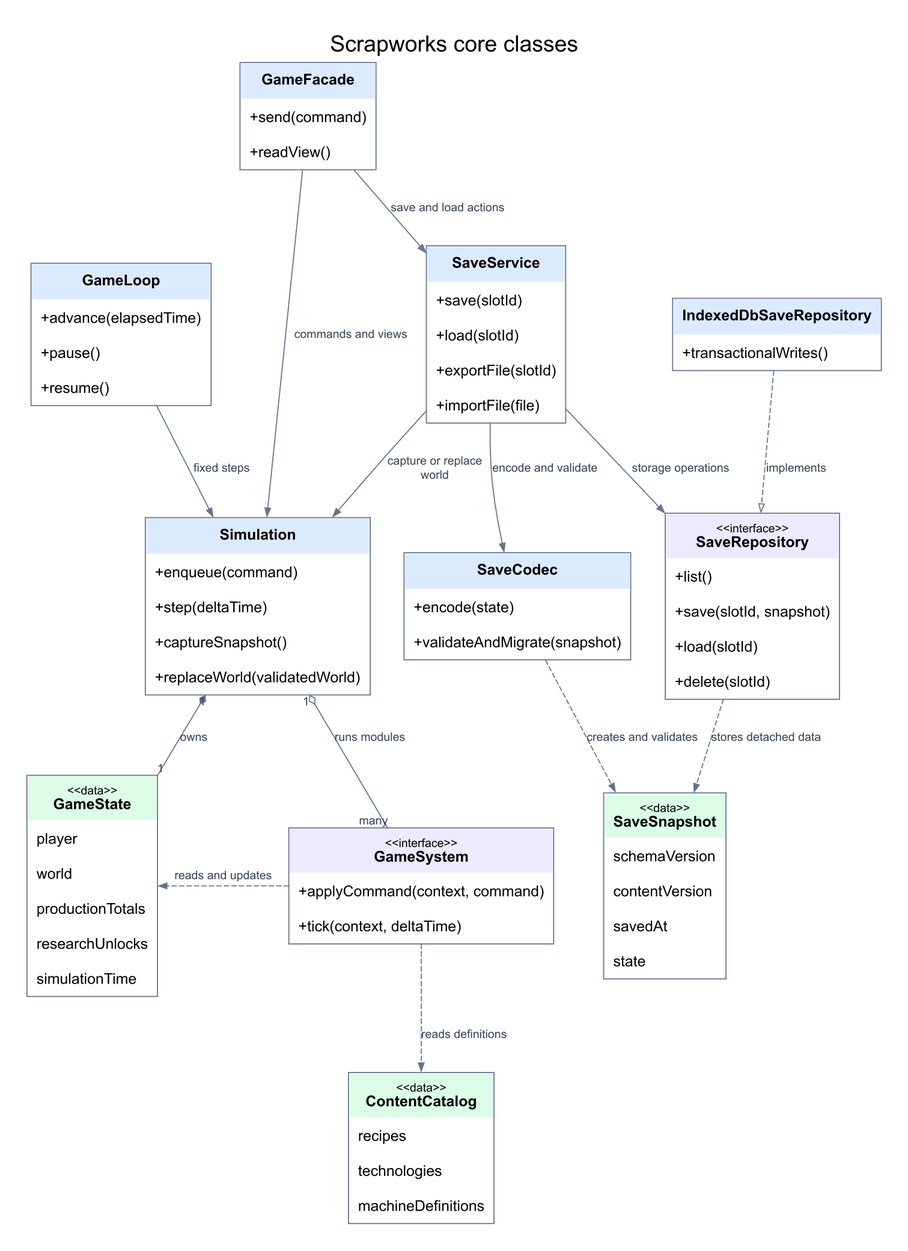
Earlier version of the Mermaid export docs/diagrams/core-class-diagram.png (Googlproxer/Scrapworks). Its source is kept beside it as docs/diagrams/src/core-class-diagram.mmd.
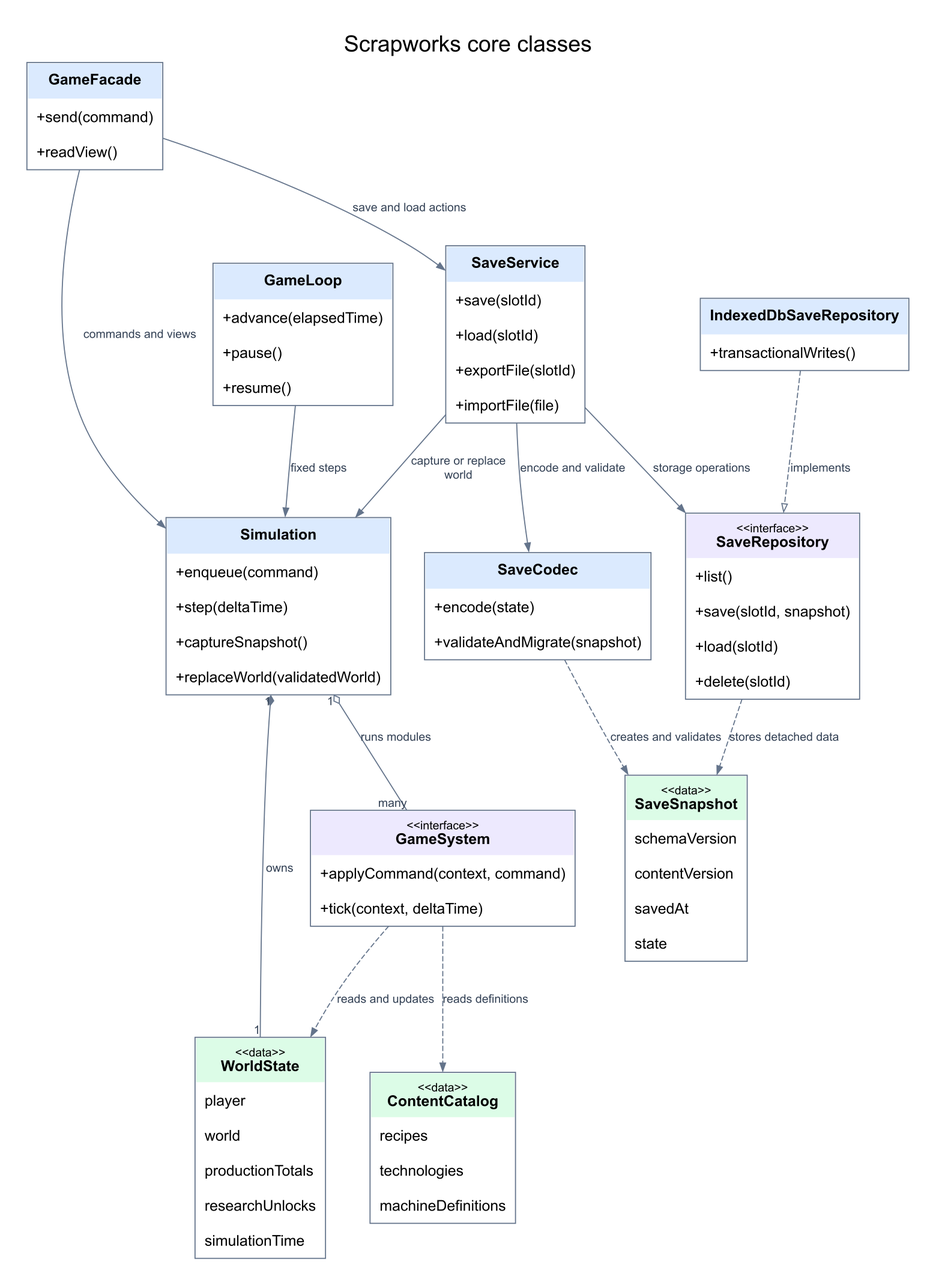
After the change.

What changed in the source:
```diff
@@ -16,7 +16,7 @@
         +captureSnapshot()
         +replaceWorld(validatedWorld)
     }
-    class GameState {
+    class WorldState {
         <<data>>
         player
         world
@@ -66,9 +66,9 @@
     GameFacade --> Simulation : commands and views
     GameFacade --> SaveService : save and load actions
     GameLoop --> Simulation : fixed steps
-    Simulation "1" *-- "1" GameState : owns
+    Simulation "1" *-- "1" WorldState : owns
     Simulation "1" o-- "many" GameSystem : runs modules
-    GameSystem ..> GameState : reads and updates
+    GameSystem ..> WorldState : reads and updates
     GameSystem ..> ContentCatalog : reads definitions
     SaveService --> Simulation : capture or replace world
     SaveService --> SaveCodec : encode and validate
```
